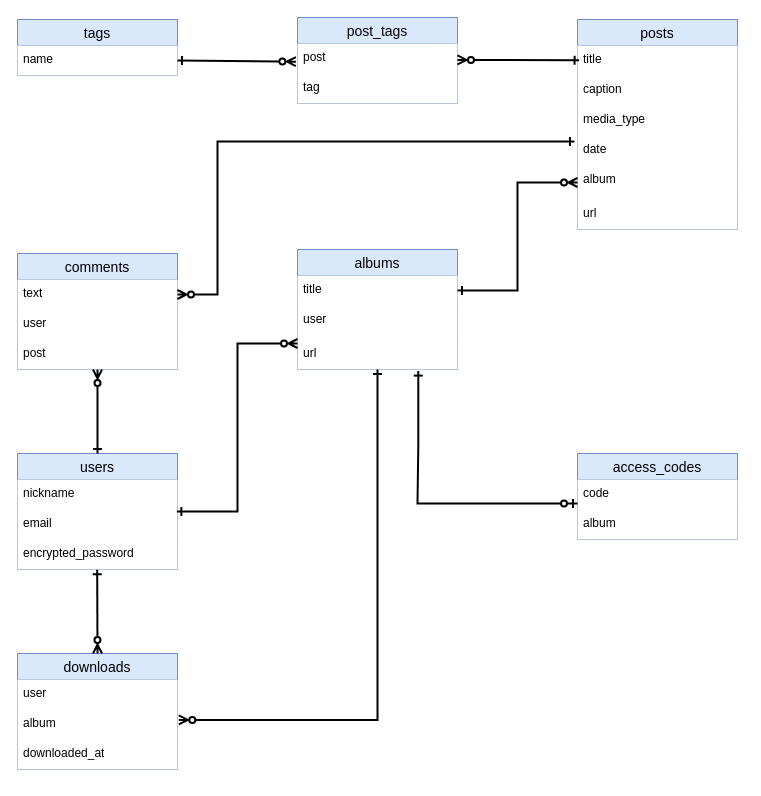
Before: docs/uchi_no_ko_erd.dio in Haru-1210/uchi-no-ko, a draw.io diagram. Source tidied: cells renumbered, new cells numbered last; positions are measured from the earlier drawing's top-left corner, leaving out a move shared by most shapes. Both pictures are drawn from the tidied source at 100%, with x=0, y=0 at pixel (17, 17).
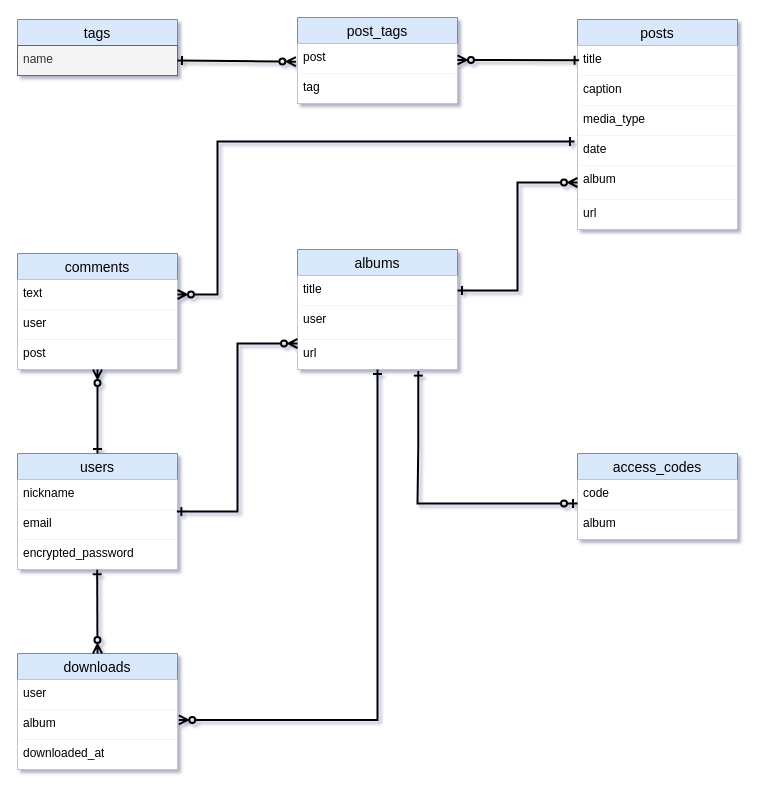
After the change.

Commit message (it also covers changes not shown here):
20250804_docs: ER図（PNG形式）を追加（docs/uchi_no_ko_erd.png）

The change refers to these unchanged cells:
```xml
<mxCell id="2" value="users" style="swimlane;fontStyle=0;horizontal=1;startSize=26;align=center;fontSize=14;fillColor=#dae8fc;strokeColor=#6c8ebf;" parent="1" vertex="1">
  <mxGeometry y="436" width="160" height="116" as="geometry" />
</mxCell>
<mxCell id="6" value="albums" style="swimlane;fontStyle=0;horizontal=1;startSize=26;align=center;fontSize=14;fillColor=#dae8fc;strokeColor=#6c8ebf;" parent="1" vertex="1">
  <mxGeometry x="280" y="232" width="160" height="120" as="geometry" />
</mxCell>
<mxCell id="10" value="posts" style="swimlane;fontStyle=0;horizontal=1;startSize=26;align=center;fontSize=14;fillColor=#dae8fc;strokeColor=#6c8ebf;" parent="1" vertex="1">
  <mxGeometry x="560" y="2" width="160" height="210" as="geometry" />
</mxCell>
<mxCell id="17" value="tags" style="swimlane;fontStyle=0;horizontal=1;startSize=26;align=center;fontSize=14;fillColor=#dae8fc;strokeColor=#6c8ebf;" parent="1" vertex="1">
  <mxGeometry y="2" width="160" height="56" as="geometry" />
</mxCell>
<mxCell id="19" value="comments" style="swimlane;fontStyle=0;horizontal=1;startSize=26;align=center;fontSize=14;fillColor=#dae8fc;strokeColor=#6c8ebf;" parent="1" vertex="1">
  <mxGeometry y="236" width="160" height="116" as="geometry" />
</mxCell>
<mxCell id="23" value="post_tags" style="swimlane;fontStyle=0;horizontal=1;startSize=26;align=center;fontSize=14;fillColor=#dae8fc;strokeColor=#6c8ebf;" parent="1" vertex="1">
  <mxGeometry x="280" width="160" height="86" as="geometry" />
</mxCell>
<mxCell id="26" value="access_codes" style="swimlane;fontStyle=0;horizontal=1;startSize=26;align=center;fontSize=14;fillColor=#dae8fc;strokeColor=#6c8ebf;" parent="1" vertex="1">
  <mxGeometry x="560" y="436" width="160" height="86" as="geometry" />
</mxCell>
<mxCell id="29" value="downloads" style="swimlane;fontStyle=0;horizontal=1;startSize=26;align=center;fontSize=14;fillColor=#dae8fc;strokeColor=#6c8ebf;" parent="1" vertex="1">
  <mxGeometry y="636" width="160" height="116" as="geometry" />
</mxCell>
```

The edit, as a diff of the source:
```diff
@@
-<mxGraphModel background="light-dark(#FFFFFF,#FFFFFF)">
+<mxGraphModel background="light-dark(#FFFFFF,#FFFFFF)" shadow="1">
@@
-    <mxCell id="3" value="nickname" style="text;strokeColor=none;fillColor=default;spacingLeft=4;spacingRight=4;overflow=hidden;fontSize=12;whiteSpace=wrap;html=1;" parent="2" vertex="1">
+    <mxCell id="3" value="nickname" style="text;strokeColor=none;fillColor=light-dark(#FFFFFF,#FFFFFF);spacingLeft=4;spacingRight=4;overflow=hidden;fontSize=12;whiteSpace=wrap;html=1;fontColor=light-dark(#000000,#000000);" parent="2" vertex="1">
       <mxGeometry y="26" width="160" height="30" as="geometry" />
     </mxCell>
-    <mxCell id="4" value="email" style="text;strokeColor=none;fillColor=default;spacingLeft=4;spacingRight=4;overflow=hidden;points=[[0,0.5],[1,0.5]];portConstraint=eastwest;fontSize=12;whiteSpace=wrap;html=1;" parent="2" vertex="1">
+    <mxCell id="4" value="email" style="text;strokeColor=none;fillColor=light-dark(#FFFFFF,#FFFFFF);spacingLeft=4;spacingRight=4;overflow=hidden;points=[[0,0.5],[1,0.5]];portConstraint=eastwest;fontSize=12;whiteSpace=wrap;html=1;fontColor=light-dark(#000000,#000000);" parent="2" vertex="1">
       <mxGeometry y="56" width="160" height="30" as="geometry" />
     </mxCell>
-    <mxCell id="5" value="encrypted_password" style="text;strokeColor=none;fillColor=default;spacingLeft=4;spacingRight=4;overflow=hidden;points=[[0,0.5],[1,0.5]];portConstraint=eastwest;fontSize=12;whiteSpace=wrap;html=1;" parent="2" vertex="1">
+    <mxCell id="5" value="encrypted_password" style="text;strokeColor=none;fillColor=light-dark(#FFFFFF,#FFFFFF);spacingLeft=4;spacingRight=4;overflow=hidden;points=[[0,0.5],[1,0.5]];portConstraint=eastwest;fontSize=12;whiteSpace=wrap;html=1;fontColor=light-dark(#000000,#000000);" parent="2" vertex="1">
       <mxGeometry y="86" width="160" height="30" as="geometry" />
     </mxCell>
@@
-    <mxCell id="7" value="title" style="text;strokeColor=none;fillColor=default;spacingLeft=4;spacingRight=4;overflow=hidden;points=[[0,0.5],[1,0.5]];portConstraint=eastwest;fontSize=12;whiteSpace=wrap;html=1;" parent="6" vertex="1">
+    <mxCell id="7" value="title" style="text;strokeColor=none;fillColor=light-dark(#FFFFFF,#FFFFFF);spacingLeft=4;spacingRight=4;overflow=hidden;points=[[0,0.5],[1,0.5]];portConstraint=eastwest;fontSize=12;whiteSpace=wrap;html=1;fontColor=light-dark(#000000,#000000);" parent="6" vertex="1">
       <mxGeometry y="26" width="160" height="30" as="geometry" />
     </mxCell>
-    <mxCell id="8" value="user" style="text;strokeColor=none;fillColor=default;spacingLeft=4;spacingRight=4;overflow=hidden;fontSize=12;whiteSpace=wrap;html=1;" parent="6" vertex="1">
+    <mxCell id="8" value="user" style="text;strokeColor=none;fillColor=light-dark(#FFFFFF,#FFFFFF);spacingLeft=4;spacingRight=4;overflow=hidden;fontSize=12;whiteSpace=wrap;html=1;fontColor=light-dark(#000000,#000000);" parent="6" vertex="1">
       <mxGeometry y="56" width="160" height="34" as="geometry" />
     </mxCell>
-    <mxCell id="9" value="url" style="text;strokeColor=none;fillColor=default;spacingLeft=4;spacingRight=4;overflow=hidden;points=[[0,0.5],[1,0.5]];portConstraint=eastwest;fontSize=12;whiteSpace=wrap;html=1;" parent="6" vertex="1">
+    <mxCell id="9" value="url" style="text;strokeColor=none;fillColor=light-dark(#FFFFFF,#FFFFFF);spacingLeft=4;spacingRight=4;overflow=hidden;points=[[0,0.5],[1,0.5]];portConstraint=eastwest;fontSize=12;whiteSpace=wrap;html=1;fontColor=light-dark(#000000,#000000);" parent="6" vertex="1">
       <mxGeometry y="90" width="160" height="30" as="geometry" />
     </mxCell>
@@
-    <mxCell id="11" value="title" style="text;strokeColor=none;fillColor=default;spacingLeft=4;spacingRight=4;overflow=hidden;fontSize=12;whiteSpace=wrap;html=1;" parent="10" vertex="1">
+    <mxCell id="11" value="title" style="text;strokeColor=none;fillColor=light-dark(#FFFFFF,#FFFFFF);spacingLeft=4;spacingRight=4;overflow=hidden;fontSize=12;whiteSpace=wrap;html=1;fontColor=light-dark(#000000,#000000);" parent="10" vertex="1">
       <mxGeometry y="26" width="160" height="30" as="geometry" />
     </mxCell>
-    <mxCell id="12" value="caption" style="text;strokeColor=none;fillColor=default;spacingLeft=4;spacingRight=4;overflow=hidden;fontSize=12;whiteSpace=wrap;html=1;" parent="10" vertex="1">
+    <mxCell id="12" value="caption" style="text;strokeColor=none;fillColor=light-dark(#FFFFFF,#FFFFFF);spacingLeft=4;spacingRight=4;overflow=hidden;fontSize=12;whiteSpace=wrap;html=1;fontColor=light-dark(#000000,#000000);" parent="10" vertex="1">
       <mxGeometry y="56" width="160" height="30" as="geometry" />
     </mxCell>
-    <mxCell id="13" value="media_type" style="text;strokeColor=none;fillColor=default;spacingLeft=4;spacingRight=4;overflow=hidden;fontSize=12;whiteSpace=wrap;html=1;" parent="10" vertex="1">
+    <mxCell id="13" value="media_type" style="text;strokeColor=none;fillColor=light-dark(#FFFFFF,#FFFFFF);spacingLeft=4;spacingRight=4;overflow=hidden;fontSize=12;whiteSpace=wrap;html=1;fontColor=light-dark(#000000,#000000);" parent="10" vertex="1">
       <mxGeometry y="86" width="160" height="30" as="geometry" />
     </mxCell>
-    <mxCell id="14" value="date" style="text;strokeColor=none;fillColor=default;spacingLeft=4;spacingRight=4;overflow=hidden;points=[[0,0.5],[1,0.5]];portConstraint=eastwest;fontSize=12;whiteSpace=wrap;html=1;" parent="10" vertex="1">
+    <mxCell id="14" value="date" style="text;strokeColor=none;fillColor=light-dark(#FFFFFF,#FFFFFF);spacingLeft=4;spacingRight=4;overflow=hidden;points=[[0,0.5],[1,0.5]];portConstraint=eastwest;fontSize=12;whiteSpace=wrap;html=1;fontColor=light-dark(#000000,#000000);" parent="10" vertex="1">
       <mxGeometry y="116" width="160" height="30" as="geometry" />
     </mxCell>
-    <mxCell id="15" value="album&amp;nbsp;" style="text;strokeColor=none;fillColor=default;spacingLeft=4;spacingRight=4;overflow=hidden;points=[[0,0.5],[1,0.5]];portConstraint=eastwest;fontSize=12;whiteSpace=wrap;html=1;" parent="10" vertex="1">
+    <mxCell id="15" value="album&amp;nbsp;" style="text;strokeColor=none;fillColor=light-dark(#FFFFFF,#FFFFFF);spacingLeft=4;spacingRight=4;overflow=hidden;points=[[0,0.5],[1,0.5]];portConstraint=eastwest;fontSize=12;whiteSpace=wrap;html=1;fontColor=light-dark(#000000,#000000);" parent="10" vertex="1">
       <mxGeometry y="146" width="160" height="34" as="geometry" />
     </mxCell>
-    <mxCell id="16" value="url" style="text;strokeColor=none;fillColor=default;spacingLeft=4;spacingRight=4;overflow=hidden;fontSize=12;whiteSpace=wrap;html=1;" parent="10" vertex="1">
+    <mxCell id="16" value="url" style="text;strokeColor=none;fillColor=light-dark(#FFFFFF,#FFFFFF);spacingLeft=4;spacingRight=4;overflow=hidden;fontSize=12;whiteSpace=wrap;html=1;fontColor=light-dark(#000000,#000000);" parent="10" vertex="1">
       <mxGeometry y="180" width="160" height="30" as="geometry" />
     </mxCell>
@@
-    <mxCell id="18" value="name" style="text;strokeColor=none;fillColor=#FFFFFF;spacingLeft=4;spacingRight=4;overflow=hidden;points=[[0,0.5],[1,0.5]];portConstraint=eastwest;fontSize=12;whiteSpace=wrap;html=1;labelBackgroundColor=none;" parent="17" vertex="1">
+    <mxCell id="18" value="name" style="text;spacingLeft=4;spacingRight=4;overflow=hidden;points=[[0,0.5],[1,0.5]];portConstraint=eastwest;fontSize=12;whiteSpace=wrap;html=1;labelBackgroundColor=none;fillColor=light-dark(#F5F5F5,#FFFFFF);fontColor=light-dark(#333333,#000000);strokeColor=#666666;" parent="17" vertex="1">
       <mxGeometry y="26" width="160" height="30" as="geometry" />
     </mxCell>
@@
-    <mxCell id="20" value="text" style="text;strokeColor=none;fillColor=default;spacingLeft=4;spacingRight=4;overflow=hidden;points=[[0,0.5],[1,0.5]];portConstraint=eastwest;fontSize=12;whiteSpace=wrap;html=1;" parent="19" vertex="1">
+    <mxCell id="20" value="text" style="text;strokeColor=none;fillColor=light-dark(#FFFFFF,#FFFFFF);spacingLeft=4;spacingRight=4;overflow=hidden;points=[[0,0.5],[1,0.5]];portConstraint=eastwest;fontSize=12;whiteSpace=wrap;html=1;fontColor=light-dark(#000000,#000000);" parent="19" vertex="1">
       <mxGeometry y="26" width="160" height="30" as="geometry" />
     </mxCell>
-    <mxCell id="21" value="user" style="text;strokeColor=none;fillColor=default;spacingLeft=4;spacingRight=4;overflow=hidden;fontSize=12;whiteSpace=wrap;html=1;" parent="19" vertex="1">
+    <mxCell id="21" value="user" style="text;strokeColor=none;fillColor=light-dark(#FFFFFF,#FFFFFF);spacingLeft=4;spacingRight=4;overflow=hidden;fontSize=12;whiteSpace=wrap;html=1;fontColor=light-dark(#000000,#000000);" parent="19" vertex="1">
       <mxGeometry y="56" width="160" height="30" as="geometry" />
     </mxCell>
-    <mxCell id="22" value="post" style="text;strokeColor=none;fillColor=default;spacingLeft=4;spacingRight=4;overflow=hidden;fontSize=12;whiteSpace=wrap;html=1;" parent="19" vertex="1">
+    <mxCell id="22" value="post" style="text;strokeColor=none;fillColor=light-dark(#FFFFFF,#FFFFFF);spacingLeft=4;spacingRight=4;overflow=hidden;fontSize=12;whiteSpace=wrap;html=1;fontColor=light-dark(#000000,#000000);" parent="19" vertex="1">
       <mxGeometry y="86" width="160" height="30" as="geometry" />
     </mxCell>
@@
-    <mxCell id="24" value="post" style="text;strokeColor=none;fillColor=default;spacingLeft=4;spacingRight=4;overflow=hidden;fontSize=12;whiteSpace=wrap;html=1;" parent="23" vertex="1">
+    <mxCell id="24" value="post" style="text;strokeColor=none;fillColor=light-dark(#FFFFFF,#FFFFFF);spacingLeft=4;spacingRight=4;overflow=hidden;fontSize=12;whiteSpace=wrap;html=1;fontColor=light-dark(#000000,#000000);" parent="23" vertex="1">
       <mxGeometry y="26" width="160" height="30" as="geometry" />
     </mxCell>
-    <mxCell id="25" value="tag" style="text;strokeColor=none;fillColor=default;spacingLeft=4;spacingRight=4;overflow=hidden;fontSize=12;whiteSpace=wrap;html=1;" parent="23" vertex="1">
+    <mxCell id="25" value="tag" style="text;strokeColor=none;fillColor=light-dark(#FFFFFF,#FFFFFF);spacingLeft=4;spacingRight=4;overflow=hidden;fontSize=12;whiteSpace=wrap;html=1;fontColor=light-dark(#000000,#000000);" parent="23" vertex="1">
       <mxGeometry y="56" width="160" height="30" as="geometry" />
     </mxCell>
@@
-    <mxCell id="27" value="code" style="text;strokeColor=none;fillColor=default;spacingLeft=4;spacingRight=4;overflow=hidden;points=[[0,0.5],[1,0.5]];portConstraint=eastwest;fontSize=12;whiteSpace=wrap;html=1;" parent="26" vertex="1">
+    <mxCell id="27" value="code" style="text;strokeColor=none;fillColor=light-dark(#FFFFFF,#FFFFFF);spacingLeft=4;spacingRight=4;overflow=hidden;points=[[0,0.5],[1,0.5]];portConstraint=eastwest;fontSize=12;whiteSpace=wrap;html=1;fontColor=light-dark(#000000,#000000);" parent="26" vertex="1">
       <mxGeometry y="26" width="160" height="30" as="geometry" />
     </mxCell>
-    <mxCell id="28" value="album" style="text;strokeColor=none;fillColor=default;spacingLeft=4;spacingRight=4;overflow=hidden;fontSize=12;whiteSpace=wrap;html=1;" parent="26" vertex="1">
+    <mxCell id="28" value="album" style="text;strokeColor=none;fillColor=light-dark(#FFFFFF,#FFFFFF);spacingLeft=4;spacingRight=4;overflow=hidden;fontSize=12;whiteSpace=wrap;html=1;fontColor=light-dark(#000000,#000000);" parent="26" vertex="1">
       <mxGeometry y="56" width="160" height="30" as="geometry" />
     </mxCell>
@@
-    <mxCell id="30" value="user" style="text;strokeColor=none;fillColor=default;spacingLeft=4;spacingRight=4;overflow=hidden;fontSize=12;whiteSpace=wrap;html=1;" parent="29" vertex="1">
+    <mxCell id="30" value="user" style="text;strokeColor=none;fillColor=light-dark(#FFFFFF,#FFFFFF);spacingLeft=4;spacingRight=4;overflow=hidden;fontSize=12;whiteSpace=wrap;html=1;fontColor=light-dark(#000000,#000000);" parent="29" vertex="1">
       <mxGeometry y="26" width="160" height="30" as="geometry" />
     </mxCell>
-    <mxCell id="31" value="album&amp;nbsp;" style="text;strokeColor=none;fillColor=default;spacingLeft=4;spacingRight=4;overflow=hidden;points=[[0,0.5],[1,0.5]];portConstraint=eastwest;fontSize=12;whiteSpace=wrap;html=1;" parent="29" vertex="1">
+    <mxCell id="31" value="album&amp;nbsp;" style="text;strokeColor=none;fillColor=light-dark(#FFFFFF,#FFFFFF);spacingLeft=4;spacingRight=4;overflow=hidden;points=[[0,0.5],[1,0.5]];portConstraint=eastwest;fontSize=12;whiteSpace=wrap;html=1;fontColor=light-dark(#000000,#000000);" parent="29" vertex="1">
       <mxGeometry y="56" width="160" height="30" as="geometry" />
     </mxCell>
-    <mxCell id="32" value="downloaded_at" style="text;strokeColor=none;fillColor=default;spacingLeft=4;spacingRight=4;overflow=hidden;fontSize=12;whiteSpace=wrap;html=1;" parent="29" vertex="1">
+    <mxCell id="32" value="downloaded_at" style="text;strokeColor=none;fillColor=light-dark(#FFFFFF,#FFFFFF);spacingLeft=4;spacingRight=4;overflow=hidden;fontSize=12;whiteSpace=wrap;html=1;fontColor=light-dark(#000000,#000000);" parent="29" vertex="1">
       <mxGeometry y="86" width="160" height="30" as="geometry" />
     </mxCell>
```
